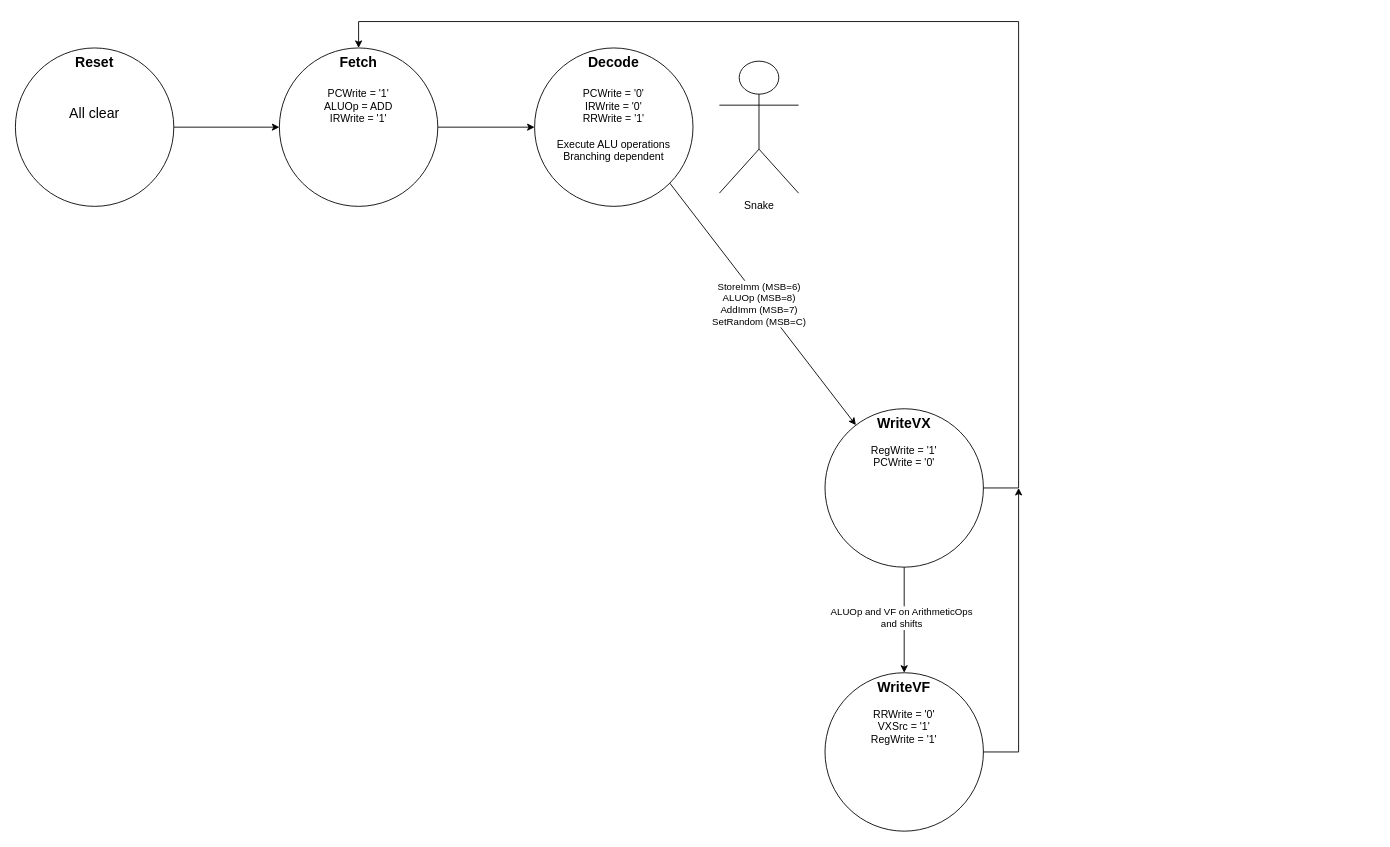
This is docs/InstructionDecoder_StateMachine.drawio from Rutele/VChip8, a draw.io file, before an edit. Source tidied: cells renumbered, new cells numbered last; positions are measured from the earlier drawing's top-left corner, leaving out a move shared by most shapes. Both pictures are drawn from the tidied source at 88%, with x=0, y=0 at pixel (15, 21).
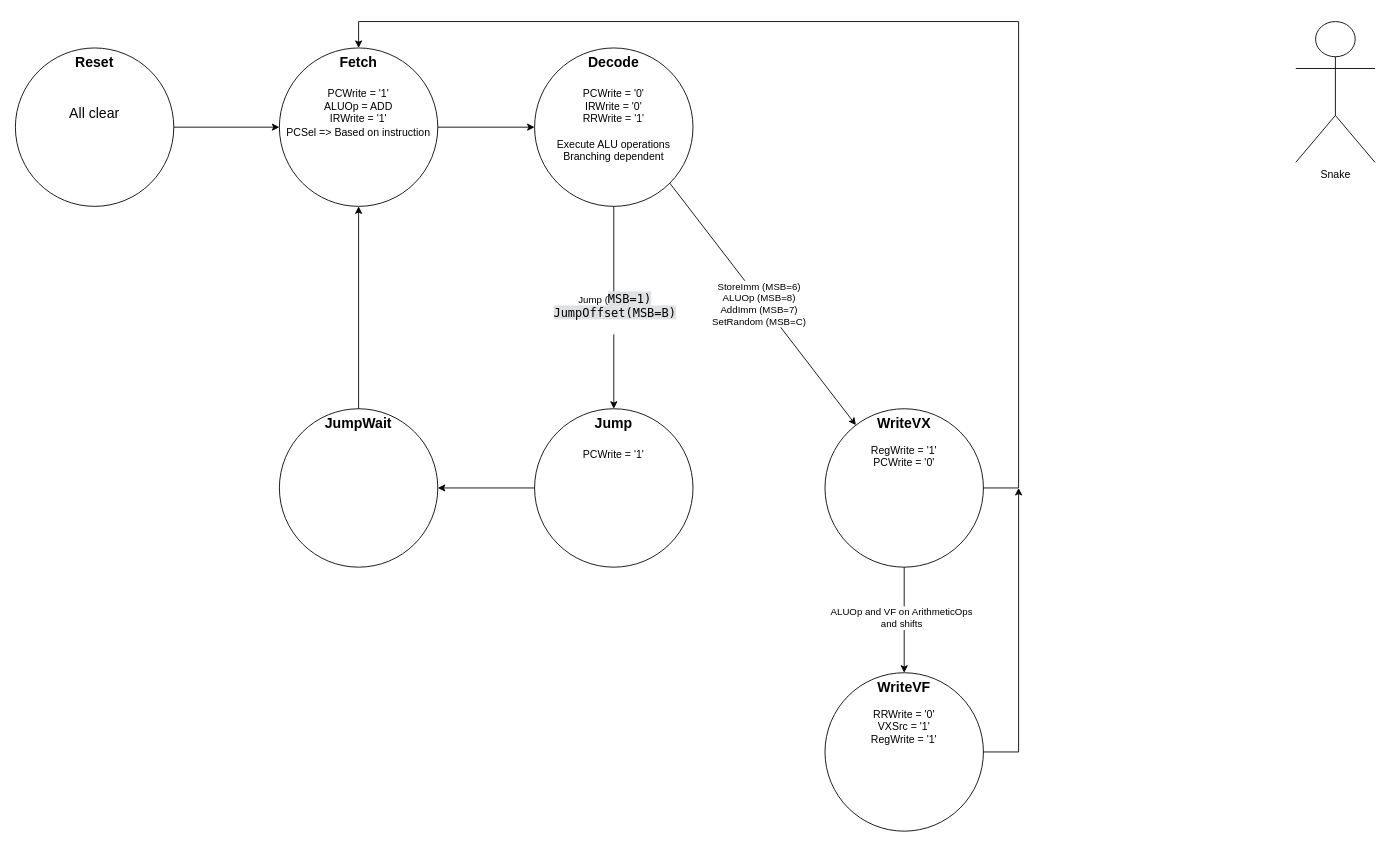
Above is the later version.

The change refers to these unchanged cells:
```xml
<mxCell id="3" value="&lt;div&gt;&lt;span style=&quot;font-size: 16px;&quot;&gt;&lt;b&gt;Decode&lt;/b&gt;&lt;/span&gt;&lt;/div&gt;&lt;div&gt;&lt;span style=&quot;font-size: 16px;&quot;&gt;&lt;b&gt;&lt;br&gt;&lt;/b&gt;&lt;/span&gt;&lt;div&gt;&lt;div&gt;PCWrite = '0'&lt;/div&gt;&lt;/div&gt;&lt;/div&gt;&lt;div&gt;IRWrite = '0'&lt;/div&gt;&lt;div&gt;RRWrite = '1'&lt;/div&gt;&lt;div&gt;&lt;br&gt;&lt;/div&gt;&lt;div&gt;Execute ALU operations&lt;/div&gt;&lt;div&gt;Branching dependent&lt;/div&gt;" style="ellipse;whiteSpace=wrap;html=1;verticalAlign=top;" parent="1" vertex="1">
  <mxGeometry x="590" y="30" width="180" height="180" as="geometry" />
</mxCell>
```

Diff of the diagram source:
```diff
@@
-    <mxCell id="2" value="&lt;b&gt;&lt;font style=&quot;font-size: 16px;&quot;&gt;Fetch&lt;/font&gt;&lt;/b&gt;&lt;div&gt;&lt;span style=&quot;font-size: 16px;&quot;&gt;&lt;b&gt;&lt;br&gt;&lt;/b&gt;&lt;/span&gt;&lt;div&gt;&lt;div&gt;PCWrite = '1'&lt;/div&gt;&lt;/div&gt;&lt;/div&gt;&lt;div&gt;ALUOp = ADD&lt;/div&gt;&lt;div&gt;IRWrite = '1'&lt;/div&gt;&lt;div&gt;&lt;br&gt;&lt;/div&gt;" style="ellipse;whiteSpace=wrap;html=1;verticalAlign=top;" parent="1" vertex="1">
+    <mxCell id="2" value="&lt;b&gt;&lt;font style=&quot;font-size: 16px;&quot;&gt;Fetch&lt;/font&gt;&lt;/b&gt;&lt;div&gt;&lt;span style=&quot;font-size: 16px;&quot;&gt;&lt;b&gt;&lt;br&gt;&lt;/b&gt;&lt;/span&gt;&lt;div&gt;&lt;div&gt;PCWrite = '1'&lt;/div&gt;&lt;/div&gt;&lt;/div&gt;&lt;div&gt;ALUOp = ADD&lt;/div&gt;&lt;div&gt;IRWrite = '1'&lt;/div&gt;&lt;div&gt;PCSel =&amp;gt; Based on instruction&lt;/div&gt;" style="ellipse;whiteSpace=wrap;html=1;verticalAlign=top;" parent="1" vertex="1">
       <mxGeometry x="300" y="30" width="180" height="180" as="geometry" />
     </mxCell>
@@
     <mxCell id="9" value="Snake" style="shape=umlActor;verticalLabelPosition=bottom;verticalAlign=top;html=1;" parent="1" vertex="1">
-      <mxGeometry x="800" y="45" width="90" height="150" as="geometry" />
+      <mxGeometry x="1455" width="90" height="160" as="geometry" />
     </mxCell>
@@
+    <mxCell id="16" style="endArrow=classic;html=1;rounded=0;exitX=0.5;exitY=1;exitDx=0;exitDy=0;entryX=0.5;entryY=0;entryDx=0;entryDy=0;" parent="1" edge="1" source="3" target="18">
+      <mxGeometry relative="1" as="geometry">
+        <Array as="points">
+          <mxPoint x="680" y="340" />
+        </Array>
+      </mxGeometry>
+    </mxCell>
+    <mxCell id="17" value="Jump (&lt;font face=&quot;Monaspace Neon, ui-monospace, SFMono-Regular, SF Mono, Menlo, Consolas, Liberation Mono, monospace&quot;&gt;&lt;span style=&quot;font-size: 13.6px; white-space: break-spaces; background-color: rgba(101, 108, 118, 0.2);&quot;&gt;MSB=1)&lt;/span&gt;&lt;/font&gt;&lt;div&gt;&lt;font face=&quot;Monaspace Neon, ui-monospace, SFMono-Regular, SF Mono, Menlo, Consolas, Liberation Mono, monospace&quot;&gt;&lt;span style=&quot;font-size: 13.6px; white-space: break-spaces; background-color: rgba(101, 108, 118, 0.2);&quot;&gt;JumpOffset(MSB=B)&lt;/span&gt;&lt;/font&gt;&lt;/div&gt;&lt;div&gt;&lt;font face=&quot;Monaspace Neon, ui-monospace, SFMono-Regular, SF Mono, Menlo, Consolas, Liberation Mono, monospace&quot;&gt;&lt;span style=&quot;font-size: 13.6px; white-space: break-spaces; background-color: rgba(101, 108, 118, 0.2);&quot;&gt;&lt;br&gt;&lt;/span&gt;&lt;/font&gt;&lt;/div&gt;" style="edgeLabel;html=1;align=center;verticalAlign=middle;" parent="16" vertex="1">
+      <mxGeometry x="-0.09" relative="1" as="geometry">
+        <mxPoint y="15" as="offset" />
+      </mxGeometry>
+    </mxCell>
+    <mxCell id="18" value="&lt;div&gt;&lt;span style=&quot;font-size: 16px;&quot;&gt;&lt;b&gt;Jump&lt;/b&gt;&lt;/span&gt;&lt;/div&gt;&lt;div&gt;&lt;span style=&quot;font-size: 16px;&quot;&gt;&lt;b&gt;&lt;br&gt;&lt;/b&gt;&lt;/span&gt;&lt;div&gt;&lt;div&gt;PCWrite = '1'&lt;/div&gt;&lt;/div&gt;&lt;/div&gt;" style="ellipse;whiteSpace=wrap;html=1;verticalAlign=top;" parent="1" vertex="1">
+      <mxGeometry x="590" y="440" width="180" height="180" as="geometry" />
+    </mxCell>
+    <mxCell id="19" value="&lt;div&gt;&lt;span style=&quot;font-size: 16px;&quot;&gt;&lt;b&gt;JumpWait&lt;/b&gt;&lt;/span&gt;&lt;/div&gt;&lt;div&gt;&lt;br&gt;&lt;/div&gt;" style="ellipse;whiteSpace=wrap;html=1;verticalAlign=top;" parent="1" vertex="1">
+      <mxGeometry x="300" y="440" width="180" height="180" as="geometry" />
+    </mxCell>
+    <mxCell id="20" style="endArrow=classic;html=1;rounded=0;exitX=0;exitY=0.5;exitDx=0;exitDy=0;entryX=1;entryY=0.5;entryDx=0;entryDy=0;" parent="1" edge="1" source="18" target="19">
+      <mxGeometry relative="1" as="geometry" />
+    </mxCell>
+    <mxCell id="21" style="endArrow=classic;html=1;rounded=0;exitX=0.5;exitY=0;exitDx=0;exitDy=0;entryX=0.5;entryY=1;entryDx=0;entryDy=0;" parent="1" edge="1" source="19" target="2">
+      <mxGeometry relative="1" as="geometry" />
+    </mxCell>
```
